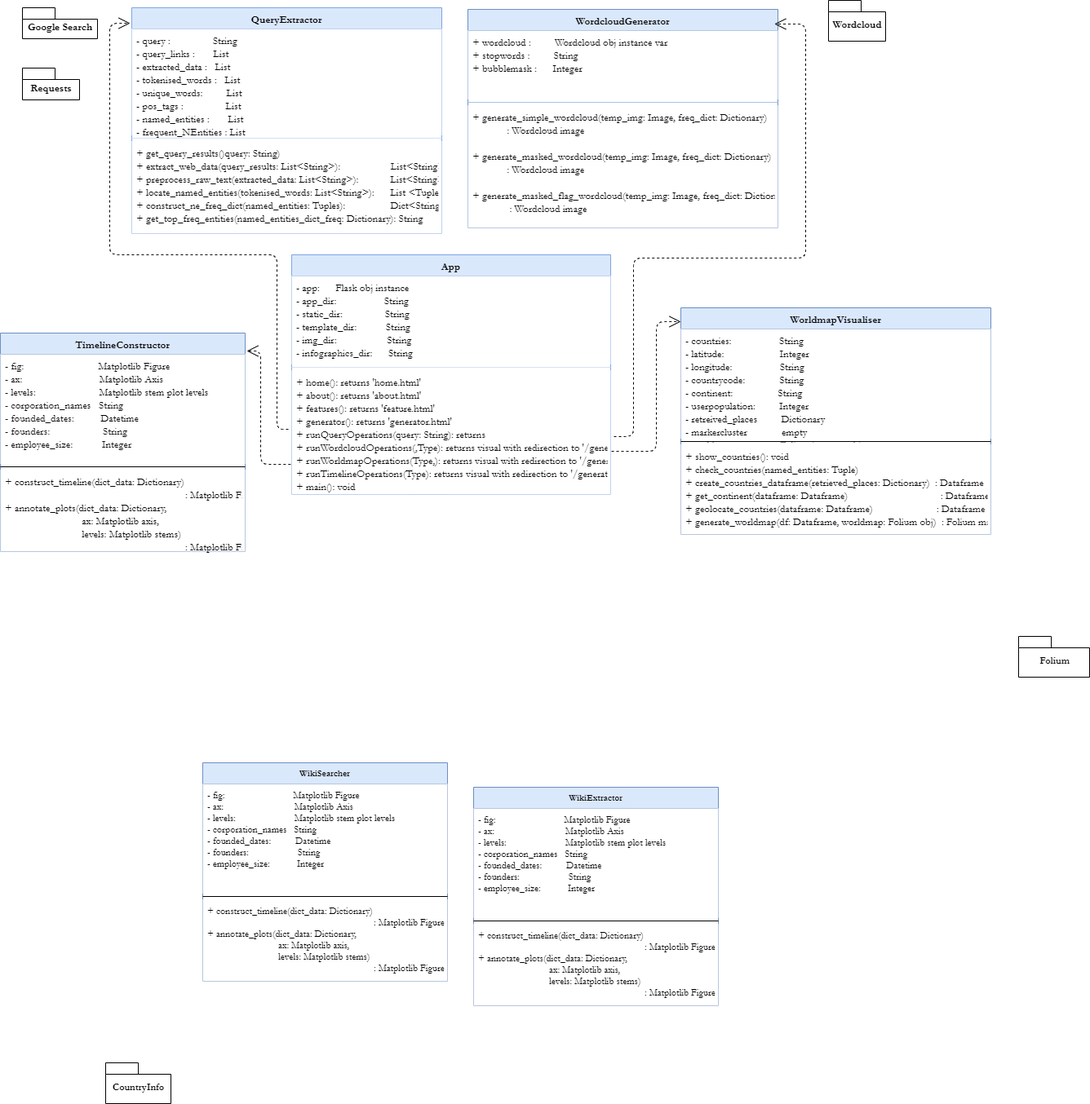
The draw.io diagram Documentation/Design/GIFT-UML-Diagram.png in John8790909/Generating-Infographics-from-Text, before a commit. Source tidied: cells renumbered, new cells last; positions are measured from the earlier drawing's top-left corner, leaving out a move shared by most shapes.
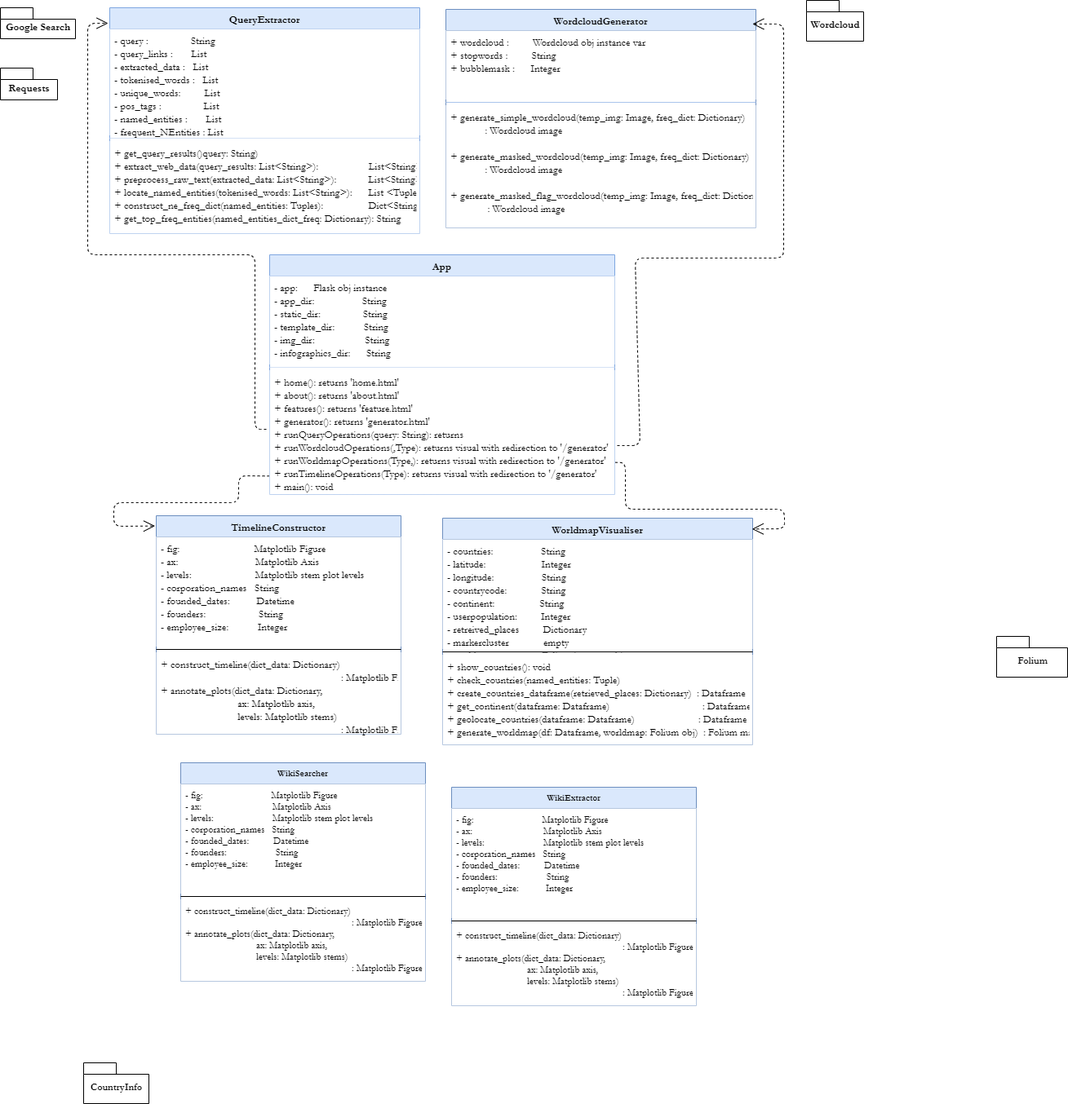
The same diagram one commit later.

Change to the diagram source:
```diff
@@ -30,7 +30,7 @@
       <mxGeometry y="118" width="380" height="150" as="geometry" />
     </mxCell>
     <mxCell id="11" value="WorldmapVisualiser" style="swimlane;fontStyle=1;align=center;verticalAlign=top;horizontal=1;startSize=26;labelBackgroundColor=none;fontFamily=Garamond;fontSize=13;fillColor=#dae8fc;strokeColor=#6c8ebf;" parent="1" vertex="1">
-      <mxGeometry x="834" y="377" width="380" height="278" as="geometry" />
+      <mxGeometry x="569" y="635" width="380" height="278" as="geometry" />
     </mxCell>
     <mxCell id="12" value="- countries:                  String&#10;- latitude:                     Integer&#10;- longitude:                  String&#10;- countrycode:             String&#10;- continent:                 String&#10;- userpopulation:         Integer&#10;- retreived_places         Dictionary&#10;- markercluster             empty&#10;- worldmap:                 Folium instance object var" style="text;strokeColor=none;align=left;verticalAlign=top;spacingLeft=4;spacingRight=4;overflow=hidden;fontFamily=Garamond;fillColor=#ffffff;fontSize=13;" parent="11" vertex="1">
       <mxGeometry y="26" width="380" height="134" as="geometry" />
@@ -42,7 +42,7 @@
       <mxGeometry y="168" width="380" height="110" as="geometry" />
     </mxCell>
     <mxCell id="15" value="TimelineConstructor" style="swimlane;fontStyle=1;align=center;verticalAlign=top;horizontal=1;startSize=26;labelBackgroundColor=none;fontFamily=Garamond;fontSize=13;fillColor=#dae8fc;strokeColor=#6c8ebf;" parent="1" vertex="1">
-      <mxGeometry y="408" width="300" height="268" as="geometry" />
+      <mxGeometry x="218" y="632" width="300" height="268" as="geometry" />
     </mxCell>
     <mxCell id="16" value="- fig:                            Matplotlib Figure&#10;- ax:                             Matplotlib Axis&#10;- levels:                        Matplotlib stem plot levels&#10;- corporation_names   String&#10;- founded_dates:          Datetime&#10;- founders:                    String&#10;- employee_size:           Integer&#10;" style="text;strokeColor=none;align=left;verticalAlign=top;spacingLeft=4;spacingRight=4;overflow=hidden;fontFamily=Garamond;fillColor=#ffffff;fontSize=13;" parent="15" vertex="1">
       <mxGeometry y="26" width="300" height="134" as="geometry" />
@@ -53,31 +53,32 @@
     <mxCell id="18" value="+ construct_timeline(dict_data: Dictionary)&#10;                                                                    : Matplotlib Figure&#10;+ annotate_plots(dict_data: Dictionary, &#10;                             ax: Matplotlib axis, &#10;                             levels: Matplotlib stems) &#10;                                                                    : Matplotlib Figure" style="text;strokeColor=none;align=left;verticalAlign=top;spacingLeft=4;spacingRight=4;overflow=hidden;fontFamily=Garamond;fillColor=#ffffff;fontSize=13;" parent="15" vertex="1">
       <mxGeometry y="168" width="300" height="100" as="geometry" />
     </mxCell>
-    <mxCell id="19" style="endArrow=open;dashed=1;endFill=0;endSize=12;html=1;fontFamily=Garamond;fontSize=13;exitX=-0.003;exitY=0.757;exitDx=0;exitDy=0;exitPerimeter=0;" parent="1" edge="1" source="29">
+    <mxCell id="19" style="endArrow=open;dashed=1;endFill=0;endSize=12;html=1;fontFamily=Garamond;fontSize=13;exitX=0;exitY=0.851;exitDx=0;exitDy=0;exitPerimeter=0;entryX=-0.005;entryY=0.047;entryDx=0;entryDy=0;entryPerimeter=0;" parent="1" edge="1" source="29" target="15">
       <mxGeometry relative="1" as="geometry">
-        <mxPoint x="302" y="430" as="targetPoint" />
         <Array as="points">
-          <mxPoint x="319" y="569" />
-          <mxPoint x="319" y="430" />
+          <mxPoint x="319" y="583" />
+          <mxPoint x="319" y="616" />
+          <mxPoint x="166" y="616" />
+          <mxPoint x="166" y="645" />
         </Array>
       </mxGeometry>
     </mxCell>
-    <mxCell id="20" style="endArrow=open;dashed=1;endFill=0;endSize=12;html=1;fontFamily=Garamond;fontSize=13;" parent="1" edge="1">
+    <mxCell id="20" style="endArrow=open;dashed=1;endFill=0;endSize=12;html=1;fontFamily=Garamond;fontSize=13;exitX=1.001;exitY=0.741;exitDx=0;exitDy=0;exitPerimeter=0;entryX=0.998;entryY=0.048;entryDx=0;entryDy=0;entryPerimeter=0;" parent="1" edge="1" source="29" target="11">
       <mxGeometry relative="1" as="geometry">
-        <mxPoint x="749" y="553" as="sourcePoint" />
-        <mxPoint x="834" y="394" as="targetPoint" />
         <Array as="points">
-          <mxPoint x="804" y="553" />
-          <mxPoint x="804" y="394" />
+          <mxPoint x="793" y="567" />
+          <mxPoint x="793" y="624" />
+          <mxPoint x="988" y="624" />
+          <mxPoint x="988" y="648" />
         </Array>
       </mxGeometry>
     </mxCell>
     <mxCell id="21" style="endArrow=open;dashed=1;endFill=0;endSize=12;html=1;fontFamily=Garamond;fontSize=13;entryX=0.989;entryY=0.067;entryDx=0;entryDy=0;entryPerimeter=0;" parent="1" edge="1" target="7">
       <mxGeometry relative="1" as="geometry">
-        <mxPoint x="752" y="535" as="sourcePoint" />
+        <mxPoint x="783" y="546" as="sourcePoint" />
         <Array as="points">
-          <mxPoint x="776" y="535" />
-          <mxPoint x="776" y="316" />
+          <mxPoint x="811" y="546" />
+          <mxPoint x="805" y="316" />
           <mxPoint x="987" y="316" />
           <mxPoint x="987" y="29" />
         </Array>
@@ -96,16 +97,16 @@
       <mxGeometry y="164" width="380" height="113" as="geometry" />
     </mxCell>
     <mxCell id="26" value="App" style="swimlane;fontStyle=1;align=center;verticalAlign=top;horizontal=1;startSize=26;fontFamily=Garamond;fontSize=13;labelBackgroundColor=none;fillColor=#dae8fc;strokeColor=#7EA6E0;" parent="1" vertex="1">
-      <mxGeometry x="357" y="312" width="391" height="294" as="geometry" />
+      <mxGeometry x="357" y="312" width="423" height="294" as="geometry" />
     </mxCell>
     <mxCell id="27" value="- app:      Flask obj instance&#10;- app_dir:                  String&#10;- static_dir:                String&#10;- template_dir:           String&#10;- img_dir:                   String&#10;- infographics_dir:      String" style="text;align=left;verticalAlign=top;spacingLeft=4;spacingRight=4;overflow=hidden;fontFamily=Garamond;fillColor=#ffffff;fontSize=13;" parent="26" vertex="1">
-      <mxGeometry y="26" width="391" height="108" as="geometry" />
+      <mxGeometry y="26" width="423" height="108" as="geometry" />
     </mxCell>
     <mxCell id="28" style="line;strokeWidth=1;align=left;verticalAlign=middle;spacingTop=-1;spacingLeft=3;spacingRight=3;labelPosition=right;noLabel=1;fontColor=none;labelBackgroundColor=none;fillColor=none;strokeColor=#D4E1F5;fontSize=13;" parent="26" vertex="1">
-      <mxGeometry y="134" width="391" height="8" as="geometry" />
+      <mxGeometry y="134" width="423" height="8" as="geometry" />
     </mxCell>
     <mxCell id="29" value="+ home(): returns 'home.html'&#10;+ about(): returns 'about.html'&#10;+ features(): returns 'feature.html'&#10;+ generator(): returns 'generator.html'&#10;+ runQueryOperations(query: String): returns&#10;+ runWordcloudOperations(,Type): returns visual with redirection to '/generator'&#10;+ runWorldmapOperations(Type,): returns visual with redirection to '/generator'&#10;+ runTimelineOperations(Type): returns visual with redirection to '/generator'&#10;+ main(): void" style="text;strokeColor=none;align=left;verticalAlign=top;spacingLeft=4;spacingRight=4;overflow=hidden;points=[[0,0.5],[1,0.5]];portConstraint=eastwest;fontFamily=Garamond;fillColor=#ffffff;fontSize=13;horizontal=1;" parent="26" vertex="1">
-      <mxGeometry y="142" width="391" height="152" as="geometry" />
+      <mxGeometry y="142" width="423" height="152" as="geometry" />
     </mxCell>
     <mxCell id="30" style="endArrow=open;dashed=1;endFill=0;endSize=12;html=1;fontFamily=Garamond;fontSize=13;" parent="1" edge="1">
       <mxGeometry relative="1" as="geometry">
```
